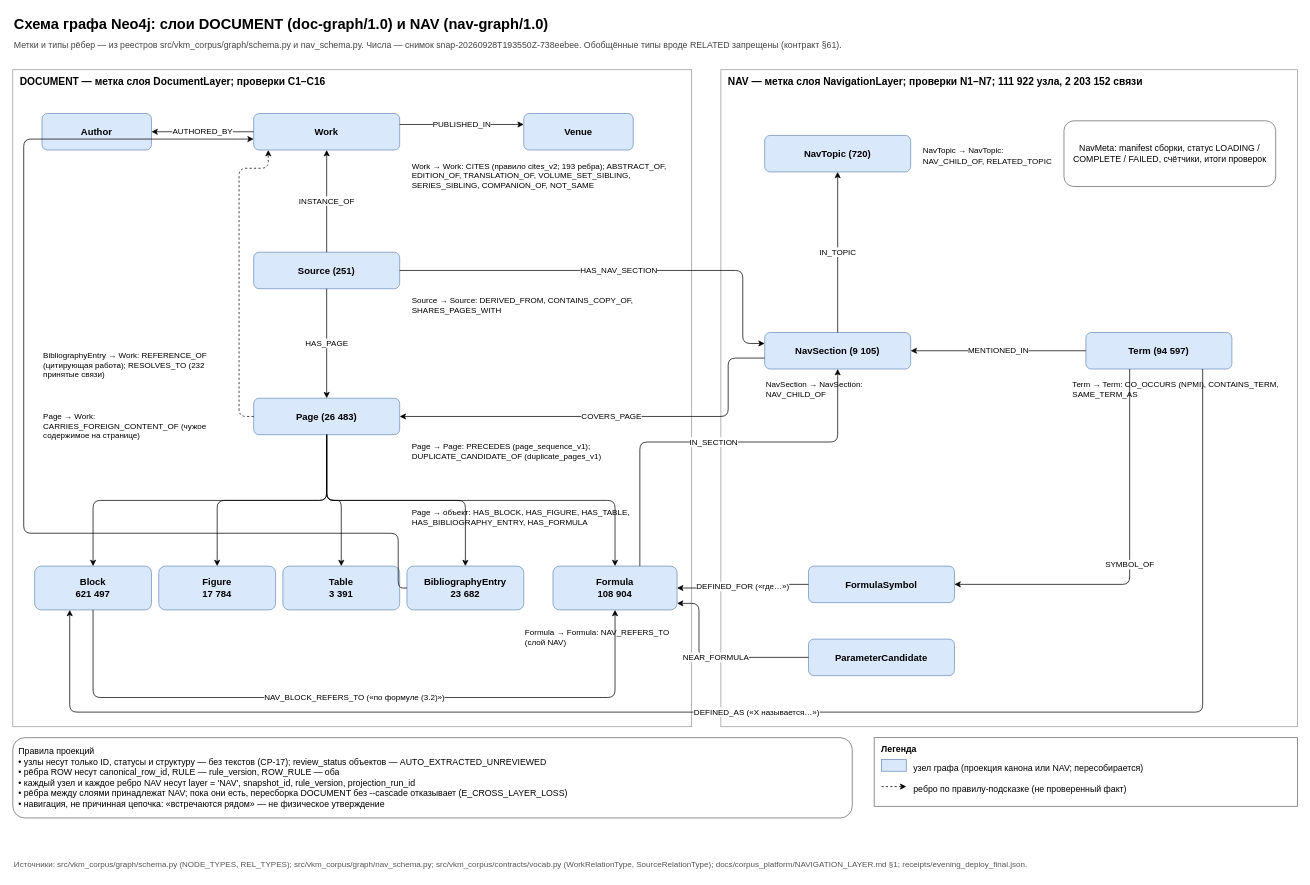
Earlier version of the draw.io diagram docs/diagrams/graph_schema.drawio (SUKUNA-AI/vkm-subsidence-forecasting). Source tidied: cells renumbered, new cells numbered last; positions are measured from the earlier drawing's top-left corner, leaving out a move shared by most shapes. Both pictures are drawn from the tidied source at 73%, with x=0, y=0 at pixel (12, 12).
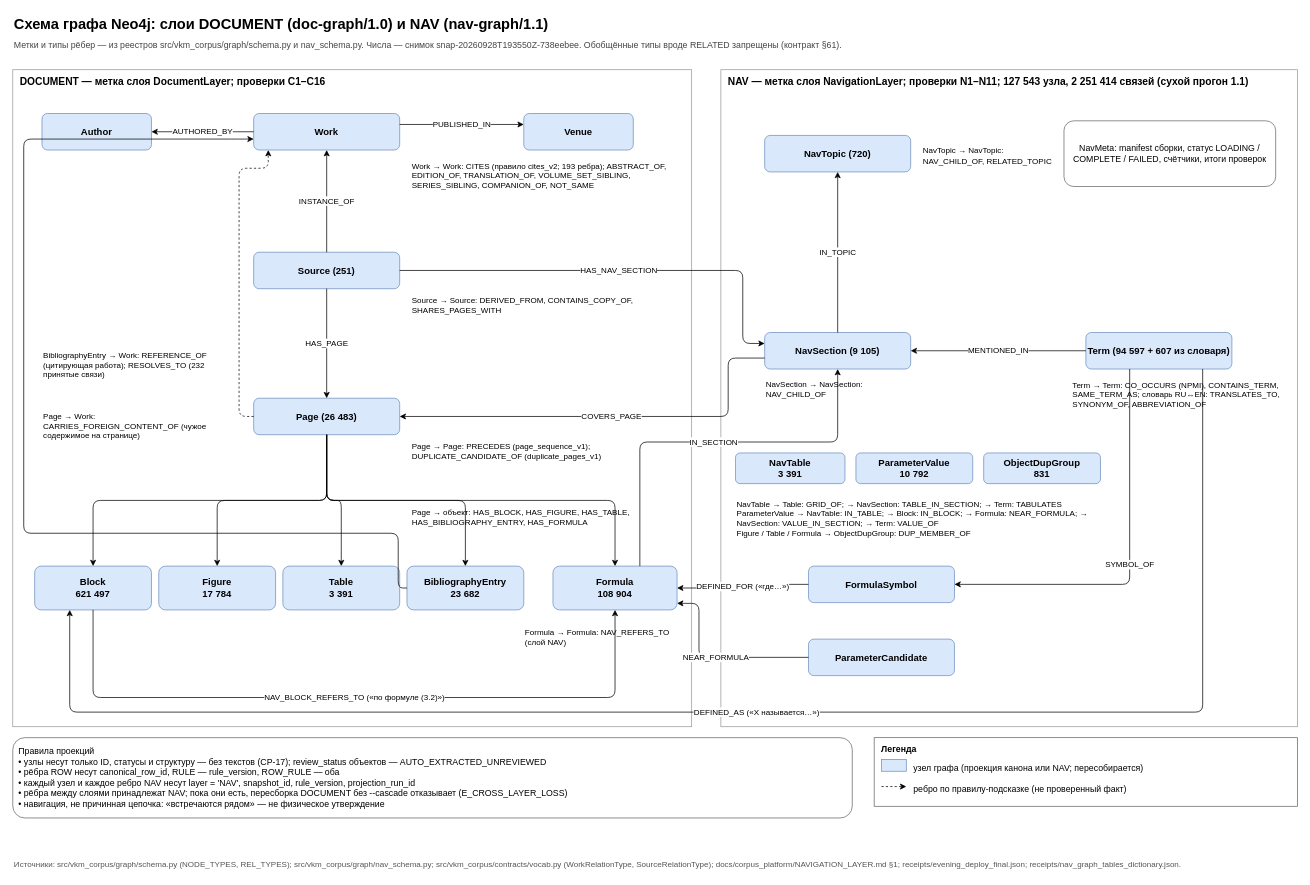
Above is the later version.

Commit message (it also covers changes not shown here):
docs(diagrams): graph schema for nav-graph/1.1 — NavTable, ParameterValue, ObjectDupGroup, dictionary edges

Change to the diagram source:
```diff
@@
-    <mxCell id="2" value="Схема графа Neo4j: слои DOCUMENT (doc-graph/1.0) и NAV (nav-graph/1.0)" style="text;align=left;fontSize=20;fontStyle=1;html=1;verticalAlign=middle;whiteSpace=wrap;" parent="1" vertex="1">
+    <mxCell id="2" value="Схема графа Neo4j: слои DOCUMENT (doc-graph/1.0) и NAV (nav-graph/1.1)" style="text;align=left;fontSize=20;fontStyle=1;html=1;verticalAlign=middle;whiteSpace=wrap;" parent="1" vertex="1">
       <mxGeometry width="1760" height="30" as="geometry" />
     </mxCell>
@@
-    <mxCell id="5" value="NAV — метка слоя NavigationLayer; проверки N1–N7; 111 922 узла, 2 203 152 связи" style="align=left;dashed=0;fillColor=none;fontSize=14;fontStyle=1;html=1;rounded=0;spacingLeft=8;spacingTop=2;strokeColor=#999999;verticalAlign=top;whiteSpace=wrap;" parent="1" vertex="1">
+    <mxCell id="5" value="NAV — метка слоя NavigationLayer; проверки N1–N11; 127 543 узла, 2 251 414 связей (сухой прогон 1.1)" style="align=left;dashed=0;fillColor=none;fontSize=14;fontStyle=1;html=1;rounded=0;spacingLeft=8;spacingTop=2;strokeColor=#999999;verticalAlign=top;whiteSpace=wrap;" parent="1" vertex="1">
       <mxGeometry x="970" y="78" width="790" height="900" as="geometry" />
     </mxCell>
@@
-    <mxCell id="25" value="Term (94 597)" style="fillColor=#dae8fc;fontSize=13;fontStyle=1;html=1;rounded=1;strokeColor=#6c8ebf;whiteSpace=wrap;" parent="5" vertex="1">
+    <mxCell id="25" value="Term (94 597 + 607 из словаря)" style="fillColor=#dae8fc;fontSize=13;fontStyle=1;html=1;rounded=1;strokeColor=#6c8ebf;whiteSpace=wrap;" parent="5" vertex="1">
       <mxGeometry x="500" y="360" width="200" height="50" as="geometry" />
     </mxCell>
@@
-    <mxCell id="31" value="Term → Term: CO_OCCURS (NPMI), CONTAINS_TERM, SAME_TERM_AS" style="text;align=left;fontSize=11;html=1;verticalAlign=middle;whiteSpace=wrap;" parent="5" vertex="1">
-      <mxGeometry x="480" y="420" width="290" height="35" as="geometry" />
+    <mxCell id="31" value="Term → Term: CO_OCCURS (NPMI), CONTAINS_TERM, SAME_TERM_AS; словарь RU↔EN: TRANSLATES_TO, SYNONYM_OF, ABBREVIATION_OF" style="text;align=left;fontSize=11;html=1;verticalAlign=middle;whiteSpace=wrap;" parent="5" vertex="1">
+      <mxGeometry x="480" y="420" width="290" height="50" as="geometry" />
     </mxCell>
+    <mxCell id="62" value="NavTable&lt;br&gt;3 391" style="fillColor=#dae8fc;fontSize=13;fontStyle=1;html=1;rounded=1;strokeColor=#6c8ebf;whiteSpace=wrap;" parent="5" vertex="1">
+      <mxGeometry x="20" y="525" width="150" height="42" as="geometry" />
+    </mxCell>
+    <mxCell id="63" value="ParameterValue&lt;br&gt;10 792" style="fillColor=#dae8fc;fontSize=13;fontStyle=1;html=1;rounded=1;strokeColor=#6c8ebf;whiteSpace=wrap;" parent="5" vertex="1">
+      <mxGeometry x="185" y="525" width="160" height="42" as="geometry" />
+    </mxCell>
+    <mxCell id="64" value="ObjectDupGroup&lt;br&gt;831" style="fillColor=#dae8fc;fontSize=13;fontStyle=1;html=1;rounded=1;strokeColor=#6c8ebf;whiteSpace=wrap;" parent="5" vertex="1">
+      <mxGeometry x="360" y="525" width="160" height="42" as="geometry" />
+    </mxCell>
+    <mxCell id="65" value="NavTable → Table: GRID_OF; → NavSection: TABLE_IN_SECTION; → Term: TABULATES&lt;br&gt;ParameterValue → NavTable: IN_TABLE; → Block: IN_BLOCK; → Formula: NEAR_FORMULA; → NavSection: VALUE_IN_SECTION; → Term: VALUE_OF&lt;br&gt;Figure / Table / Formula → ObjectDupGroup: DUP_MEMBER_OF" style="text;align=left;fontSize=11;html=1;verticalAlign=middle;whiteSpace=wrap;" parent="5" vertex="1">
+      <mxGeometry x="20" y="575" width="520" height="80" as="geometry" />
+    </mxCell>
@@
-    <mxCell id="39" value="Источники: src/vkm_corpus/graph/schema.py (NODE_TYPES, REL_TYPES); src/vkm_corpus/graph/nav_schema.py; src/vkm_corpus/contracts/vocab.py (WorkRelationType, SourceRelationType); docs/corpus_platform/NAVIGATION_LAYER.md §1; receipts/evening_deploy_final.json." style="text;align=left;fontColor=#555555;fontSize=11;html=1;verticalAlign=middle;whiteSpace=wrap;" parent="1" vertex="1">
+    <mxCell id="39" value="Источники: src/vkm_corpus/graph/schema.py (NODE_TYPES, REL_TYPES); src/vkm_corpus/graph/nav_schema.py; src/vkm_corpus/contracts/vocab.py (WorkRelationType, SourceRelationType); docs/corpus_platform/NAVIGATION_LAYER.md §1; receipts/evening_deploy_final.json; receipts/nav_graph_tables_dictionary.json." style="text;align=left;fontColor=#555555;fontSize=11;html=1;verticalAlign=middle;whiteSpace=wrap;" parent="1" vertex="1">
       <mxGeometry y="1153" width="1760" height="25" as="geometry" />
     </mxCell>
```
